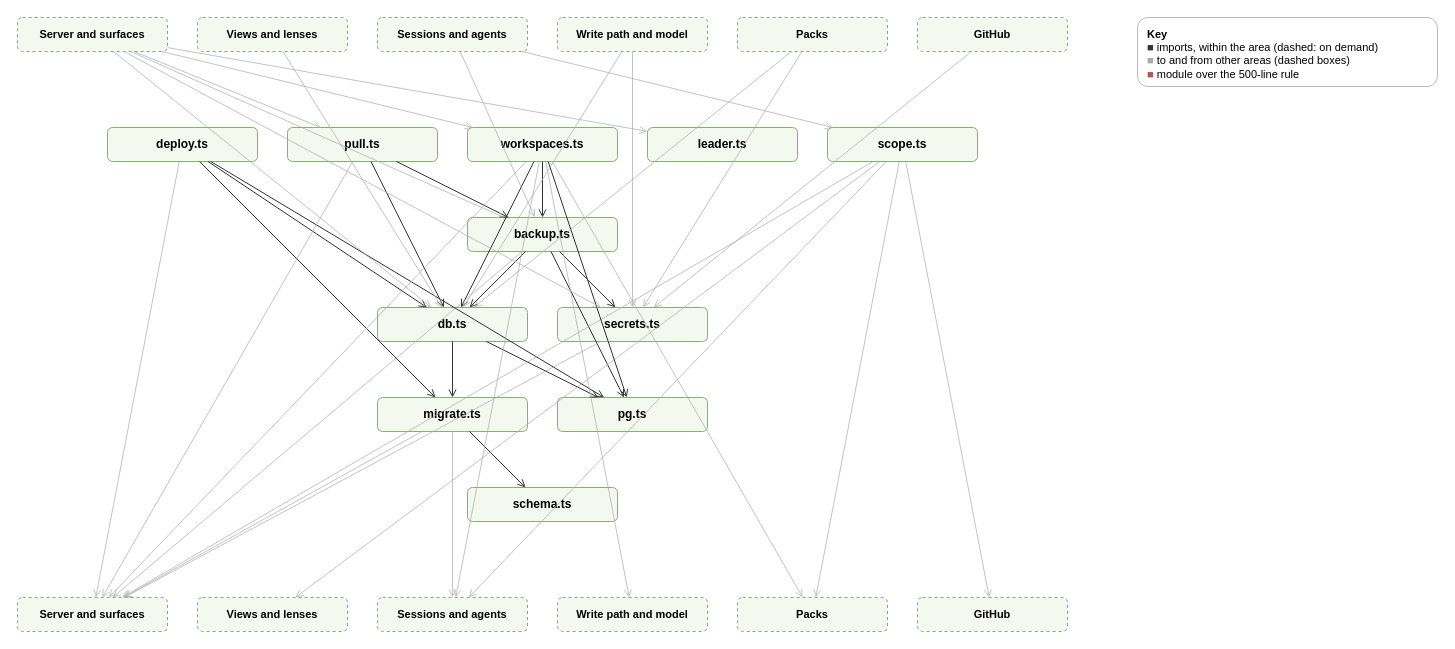
This is page "Server: Database and tenancy" (2 of 20) of docs/diagrams/modules.drawio from AlexReiner98/archipelago, a draw.io file, before an edit. Source tidied: cells renumbered, new cells numbered last; positions are measured from the earlier drawing's top-left corner, leaving out a move shared by most shapes. Both pictures are drawn from the tidied source at 100%, with x=0, y=0 at pixel (17, 17).
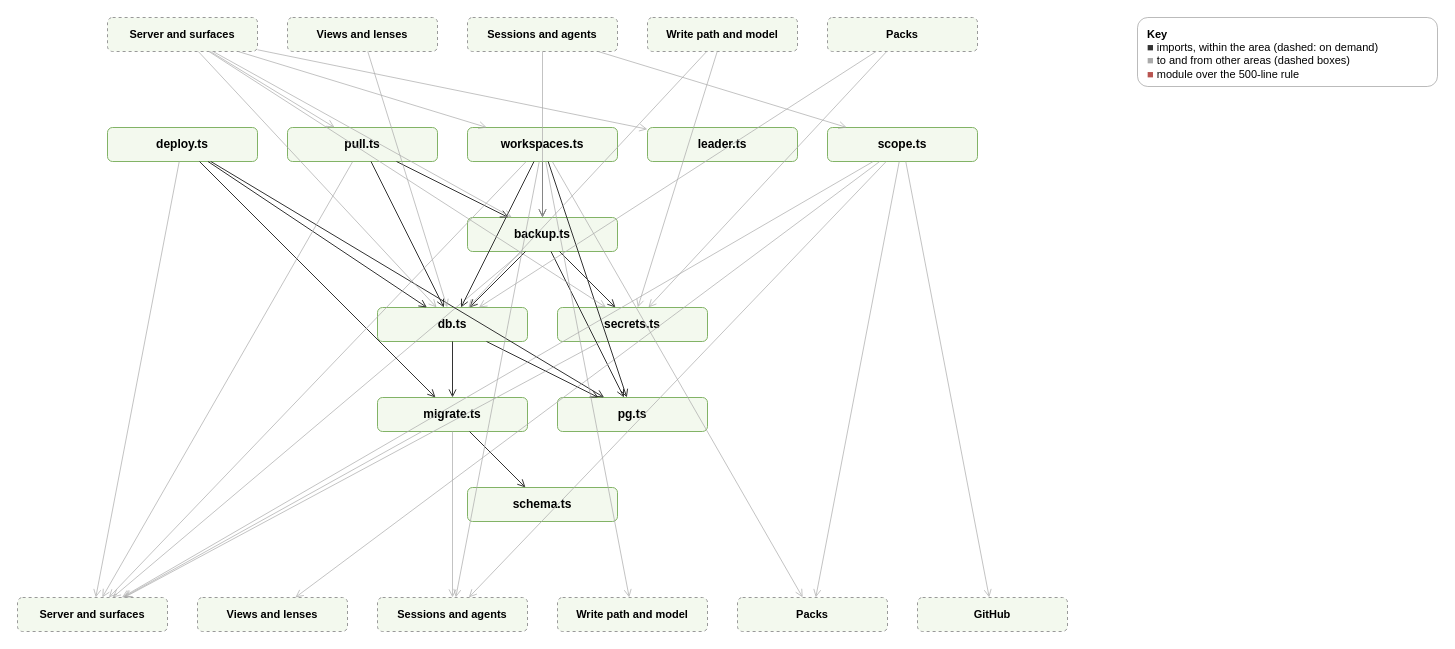
The same diagram, later.

The change refers to these unchanged cells:
```xml
<mxCell id="15" value="secrets.ts" style="rounded=1;html=1;whiteSpace=wrap;fontSize=12;fontStyle=1;fillColor=#f3f9ee;strokeColor=#82b366;" parent="1" vertex="1">
  <mxGeometry x="540" y="290" width="150" height="34" as="geometry" />
</mxCell>
```

What changed in the source:
```diff
@@
     <mxCell id="2" value="&lt;b&gt;Server and surfaces&lt;/b&gt;" style="rounded=1;html=1;whiteSpace=wrap;dashed=1;fontSize=11;fillColor=#f3f9ee;strokeColor=#999999;" parent="1" vertex="1">
-      <mxGeometry width="150" height="34" as="geometry" />
+      <mxGeometry x="90" width="150" height="34" as="geometry" />
     </mxCell>
     <mxCell id="3" value="&lt;b&gt;Views and lenses&lt;/b&gt;" style="rounded=1;html=1;whiteSpace=wrap;dashed=1;fontSize=11;fillColor=#f3f9ee;strokeColor=#999999;" parent="1" vertex="1">
-      <mxGeometry x="180" width="150" height="34" as="geometry" />
+      <mxGeometry x="270" width="150" height="34" as="geometry" />
     </mxCell>
     <mxCell id="4" value="&lt;b&gt;Sessions and agents&lt;/b&gt;" style="rounded=1;html=1;whiteSpace=wrap;dashed=1;fontSize=11;fillColor=#f3f9ee;strokeColor=#999999;" parent="1" vertex="1">
-      <mxGeometry x="360" width="150" height="34" as="geometry" />
+      <mxGeometry x="450" width="150" height="34" as="geometry" />
     </mxCell>
     <mxCell id="5" value="&lt;b&gt;Write path and model&lt;/b&gt;" style="rounded=1;html=1;whiteSpace=wrap;dashed=1;fontSize=11;fillColor=#f3f9ee;strokeColor=#999999;" parent="1" vertex="1">
-      <mxGeometry x="540" width="150" height="34" as="geometry" />
+      <mxGeometry x="630" width="150" height="34" as="geometry" />
     </mxCell>
     <mxCell id="6" value="&lt;b&gt;Packs&lt;/b&gt;" style="rounded=1;html=1;whiteSpace=wrap;dashed=1;fontSize=11;fillColor=#f3f9ee;strokeColor=#999999;" parent="1" vertex="1">
-      <mxGeometry x="720" width="150" height="34" as="geometry" />
+      <mxGeometry x="810" width="150" height="34" as="geometry" />
     </mxCell>
-    <mxCell id="7" value="&lt;b&gt;GitHub&lt;/b&gt;" style="rounded=1;html=1;whiteSpace=wrap;dashed=1;fontSize=11;fillColor=#f3f9ee;strokeColor=#999999;" parent="1" vertex="1">
-      <mxGeometry x="900" width="150" height="34" as="geometry" />
-    </mxCell>
@@
-    <mxCell id="68" style="html=1;endArrow=open;strokeColor=#aaaaaa;dashed=0;opacity=70;" parent="1" edge="1" source="7" target="15">
-      <mxGeometry relative="1" as="geometry" />
-    </mxCell>
```
